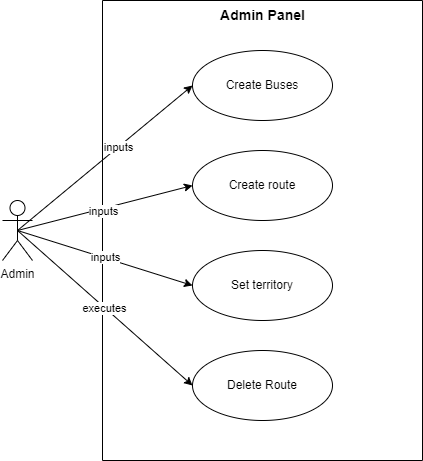
Abubakar-doc/FYP-24-SE-A-204 keeps this draw.io diagram as Project Real-Time Bus ID Verification and Tracking/DOCUMENTATION/UseCaseDiagrams/BusesManagement.drawio.png. Above is the earlier version. Source tidied: cells renumbered, new cells last; positions are measured from the earlier drawing's top-left corner, leaving out a move shared by most shapes. Source of this version:
```xml
<mxGraphModel>
  <root>
    <mxCell id="0" />
    <mxCell id="1" parent="0" />
    <mxCell id="2" style="swimlane;startSize=0;" parent="1" vertex="1">
      <mxGeometry x="100" width="320" height="460" as="geometry" />
    </mxCell>
    <mxCell id="3" value="Delete Route" style="ellipse;whiteSpace=wrap;html=1;fillColor=none;" parent="2" vertex="1">
      <mxGeometry x="90" y="350" width="140" height="70" as="geometry" />
    </mxCell>
    <mxCell id="4" value="Create Buses" style="ellipse;whiteSpace=wrap;html=1;fillColor=none;" parent="2" vertex="1">
      <mxGeometry x="90" y="50" width="140" height="70" as="geometry" />
    </mxCell>
    <mxCell id="5" value="Create route" style="ellipse;whiteSpace=wrap;html=1;fillColor=none;" parent="2" vertex="1">
      <mxGeometry x="90" y="150" width="140" height="70" as="geometry" />
    </mxCell>
    <mxCell id="6" value="Set territory" style="ellipse;whiteSpace=wrap;html=1;fillColor=none;" parent="2" vertex="1">
      <mxGeometry x="90" y="250" width="140" height="70" as="geometry" />
    </mxCell>
    <mxCell id="7" value="Admin Panel" style="text;html=1;align=center;verticalAlign=middle;strokeColor=none;fillColor=none;fontStyle=1;fontSize=14;" parent="2" vertex="1">
      <mxGeometry x="110" width="100" height="30" as="geometry" />
    </mxCell>
    <mxCell id="8" style="rounded=0;jettySize=auto;html=1;exitX=0.5;exitY=0.5;exitDx=0;exitDy=0;exitPerimeter=0;entryX=0;entryY=0.5;entryDx=0;entryDy=0;" parent="1" edge="1" source="16" target="5">
      <mxGeometry relative="1" as="geometry" />
    </mxCell>
    <mxCell id="9" value="inputs" style="edgeLabel;html=1;align=center;verticalAlign=middle;" parent="8" vertex="1">
      <mxGeometry x="-0.03" y="-3" relative="1" as="geometry" />
    </mxCell>
    <mxCell id="10" style="rounded=0;jettySize=auto;html=1;exitX=0.5;exitY=0.5;exitDx=0;exitDy=0;exitPerimeter=0;entryX=0;entryY=0.5;entryDx=0;entryDy=0;" parent="1" edge="1" source="16" target="4">
      <mxGeometry relative="1" as="geometry" />
    </mxCell>
    <mxCell id="11" value="inputs" style="edgeLabel;html=1;align=center;verticalAlign=middle;" parent="10" vertex="1">
      <mxGeometry x="0.16" y="1" relative="1" as="geometry">
        <mxPoint y="1" as="offset" />
      </mxGeometry>
    </mxCell>
    <mxCell id="12" style="rounded=0;jettySize=auto;html=1;exitX=0.5;exitY=0.5;exitDx=0;exitDy=0;exitPerimeter=0;entryX=0;entryY=0.5;entryDx=0;entryDy=0;" parent="1" edge="1" source="16" target="6">
      <mxGeometry relative="1" as="geometry" />
    </mxCell>
    <mxCell id="13" value="inputs" style="edgeLabel;html=1;align=center;verticalAlign=middle;" parent="12" vertex="1">
      <mxGeometry x="-0.01" y="1" relative="1" as="geometry" />
    </mxCell>
    <mxCell id="14" style="rounded=0;jettySize=auto;html=1;exitX=0.5;exitY=0.5;exitDx=0;exitDy=0;exitPerimeter=0;entryX=0;entryY=0.5;entryDx=0;entryDy=0;" parent="1" edge="1" source="16" target="3">
      <mxGeometry relative="1" as="geometry" />
    </mxCell>
    <mxCell id="15" value="executes" style="edgeLabel;html=1;align=center;verticalAlign=middle;" parent="14" vertex="1">
      <mxGeometry x="-0.01" y="-1" relative="1" as="geometry" />
    </mxCell>
    <mxCell id="16" value="Admin" style="shape=umlActor;verticalLabelPosition=bottom;verticalAlign=top;html=1;" parent="1" vertex="1">
      <mxGeometry y="200" width="30" height="60" as="geometry" />
    </mxCell>
  </root>
</mxGraphModel>
```
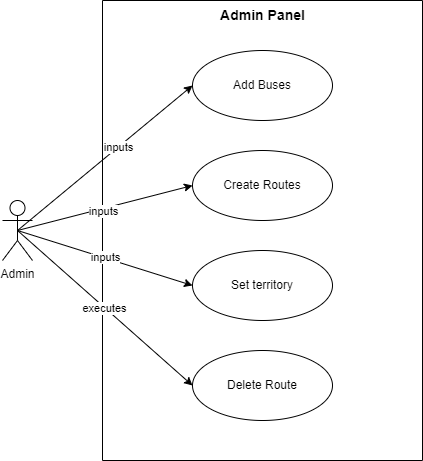
The same diagram one commit later.

Change to the diagram source:
```diff
@@ -8,10 +8,10 @@
     <mxCell id="3" value="Delete Route" style="ellipse;whiteSpace=wrap;html=1;fillColor=none;" parent="2" vertex="1">
       <mxGeometry x="90" y="350" width="140" height="70" as="geometry" />
     </mxCell>
-    <mxCell id="4" value="Create Buses" style="ellipse;whiteSpace=wrap;html=1;fillColor=none;" parent="2" vertex="1">
+    <mxCell id="4" value="Add Buses" style="ellipse;whiteSpace=wrap;html=1;fillColor=none;" parent="2" vertex="1">
       <mxGeometry x="90" y="50" width="140" height="70" as="geometry" />
     </mxCell>
-    <mxCell id="5" value="Create route" style="ellipse;whiteSpace=wrap;html=1;fillColor=none;" parent="2" vertex="1">
+    <mxCell id="5" value="Create Routes" style="ellipse;whiteSpace=wrap;html=1;fillColor=none;" parent="2" vertex="1">
       <mxGeometry x="90" y="150" width="140" height="70" as="geometry" />
     </mxCell>
     <mxCell id="6" value="Set territory" style="ellipse;whiteSpace=wrap;html=1;fillColor=none;" parent="2" vertex="1">
```
